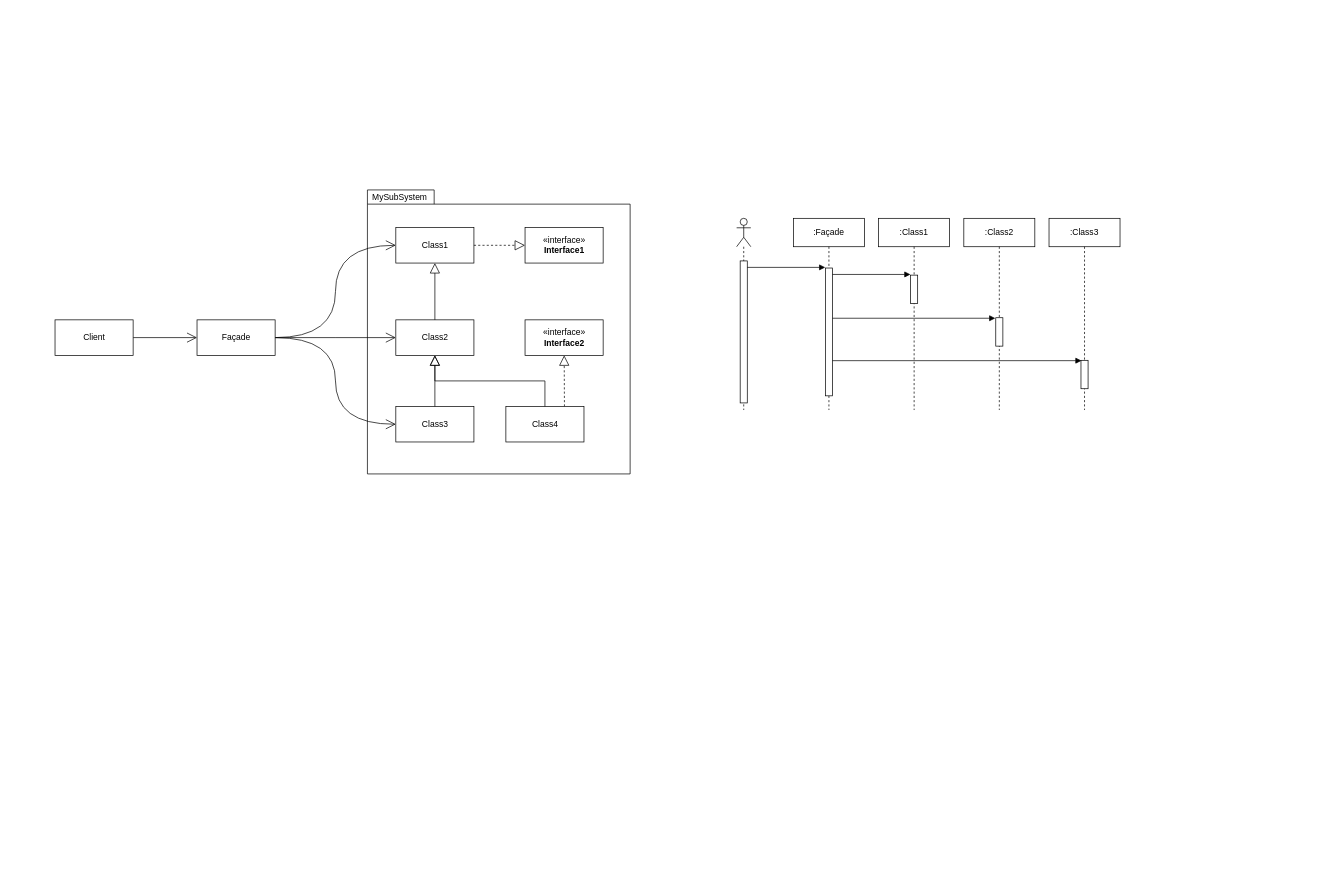
This is page "Façade" (4 of 4) of Diagrams/Decorator, Composite, Adapter, Facade.drawio from PacktPublishing/Architecting-ASP.NET-Core-Applications-3E, a draw.io file, before an edit. Source tidied: cells renumbered, new cells numbered last; positions are measured from the earlier drawing's top-left corner, leaving out a move shared by most shapes. Both pictures are drawn from the tidied source at 71%, with x=0, y=0 at pixel (55, 190).
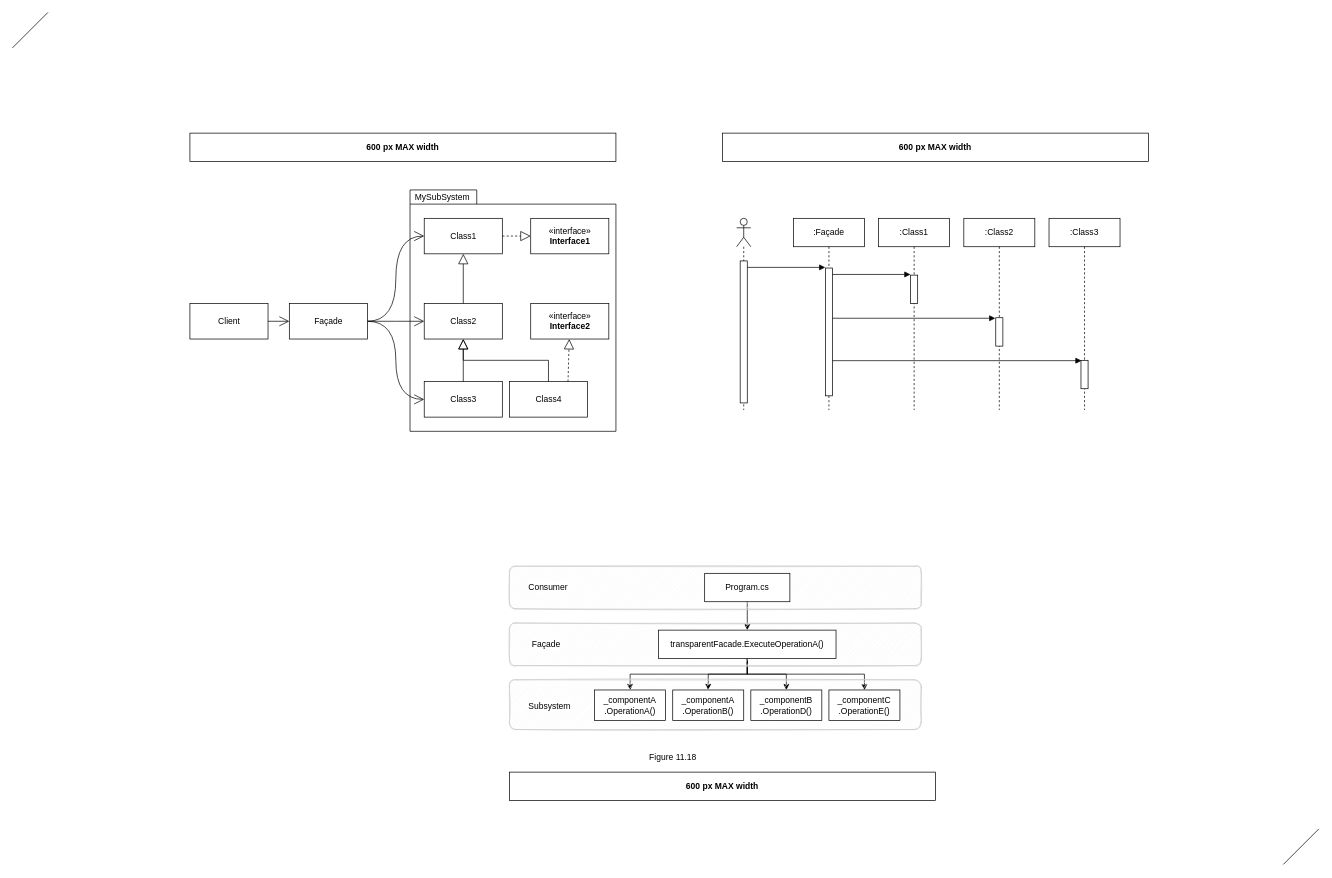
The same diagram, later.

Commit message (it also covers changes not shown here):
Rerender and update the Facade images

Change to the diagram source:
```diff
@@
-    <mxCell id="2" value="MySubSystem" style="shape=folder;xSize=90;align=left;spacingLeft=10;align=left;verticalAlign=top;spacingLeft=5;spacingTop=-4;tabWidth=94;tabHeight=20;tabPosition=left;html=1;strokeWidth=1;fillColor=#ffffff;" parent="1" vertex="1">
-      <mxGeometry x="440" width="370" height="400" as="geometry" />
+    <mxCell id="2" value="MySubSystem" style="shape=folder;xSize=90;align=left;spacingLeft=10;align=left;verticalAlign=top;spacingLeft=5;spacingTop=-4;tabWidth=94;tabHeight=20;tabPosition=left;html=1;strokeWidth=1;fillColor=default;" parent="1" vertex="1">
+      <mxGeometry x="500" width="290" height="340" as="geometry" />
     </mxCell>
-    <mxCell id="3" style="shape=umlLifeline;participant=umlActor;perimeter=lifelinePerimeter;whiteSpace=wrap;html=1;verticalAlign=top;spacingTop=36;labelBackgroundColor=#ffffff;fillColor=#ffffff;align=center;" parent="1" vertex="1">
+    <mxCell id="3" style="shape=umlLifeline;participant=umlActor;perimeter=lifelinePerimeter;whiteSpace=wrap;html=1;verticalAlign=top;spacingTop=36;labelBackgroundColor=none;fillColor=default;align=center;fontColor=default;strokeColor=default;" parent="1" vertex="1">
       <mxGeometry x="960" y="40" width="20" height="270" as="geometry" />
     </mxCell>
@@
-    <mxCell id="5" value=":Façade" style="shape=umlLifeline;perimeter=lifelinePerimeter;whiteSpace=wrap;html=1;fillColor=#ffffff;align=center;" parent="1" vertex="1">
+    <mxCell id="5" value=":Façade" style="shape=umlLifeline;perimeter=lifelinePerimeter;whiteSpace=wrap;html=1;fillColor=default;align=center;labelBackgroundColor=none;fontColor=default;strokeColor=default;" parent="1" vertex="1">
       <mxGeometry x="1040" y="40" width="100" height="270" as="geometry" />
     </mxCell>
@@
-    <mxCell id="7" value=":Class1" style="shape=umlLifeline;perimeter=lifelinePerimeter;whiteSpace=wrap;html=1;fillColor=#ffffff;align=center;" parent="1" vertex="1">
+    <mxCell id="7" value=":Class1" style="shape=umlLifeline;perimeter=lifelinePerimeter;whiteSpace=wrap;html=1;fillColor=default;align=center;labelBackgroundColor=none;fontColor=default;strokeColor=default;" parent="1" vertex="1">
       <mxGeometry x="1160" y="40" width="100" height="270" as="geometry" />
     </mxCell>
@@
-    <mxCell id="9" value=":Class2" style="shape=umlLifeline;perimeter=lifelinePerimeter;whiteSpace=wrap;html=1;fillColor=#ffffff;align=center;" parent="1" vertex="1">
+    <mxCell id="9" value=":Class2" style="shape=umlLifeline;perimeter=lifelinePerimeter;whiteSpace=wrap;html=1;fillColor=default;align=center;labelBackgroundColor=none;fontColor=default;strokeColor=default;" parent="1" vertex="1">
       <mxGeometry x="1280" y="40" width="100" height="270" as="geometry" />
     </mxCell>
@@
-    <mxCell id="11" value=":Class3" style="shape=umlLifeline;perimeter=lifelinePerimeter;whiteSpace=wrap;html=1;fillColor=#ffffff;align=center;" parent="1" vertex="1">
+    <mxCell id="11" value=":Class3" style="shape=umlLifeline;perimeter=lifelinePerimeter;whiteSpace=wrap;html=1;fillColor=default;align=center;labelBackgroundColor=none;fontColor=default;strokeColor=default;" parent="1" vertex="1">
       <mxGeometry x="1400" y="40" width="100" height="270" as="geometry" />
     </mxCell>
@@
+    <mxCell id="35" value="600 px MAX width" style="rounded=0;whiteSpace=wrap;html=1;sketch=0;fontSize=12;align=center;fontStyle=1;" parent="1" vertex="1">
+      <mxGeometry x="940" y="-80" width="600" height="40" as="geometry" />
+    </mxCell>
+    <mxCell id="36" value="600 px MAX width" style="rounded=0;whiteSpace=wrap;html=1;sketch=0;fontSize=12;align=center;fontStyle=1;" parent="1" vertex="1">
+      <mxGeometry x="190" y="-80" width="600" height="40" as="geometry" />
+    </mxCell>
+    <mxCell id="37" style="endArrow=none;html=1;fontColor=default;" parent="1" edge="1">
+      <mxGeometry relative="1" as="geometry">
+        <mxPoint x="-60" y="-200" as="sourcePoint" />
+        <mxPoint x="-10" y="-250" as="targetPoint" />
+      </mxGeometry>
+    </mxCell>
+    <mxCell id="38" style="endArrow=none;html=1;fontColor=default;" parent="1" edge="1">
+      <mxGeometry relative="1" as="geometry">
+        <mxPoint x="1730" y="950" as="sourcePoint" />
+        <mxPoint x="1780" y="900" as="targetPoint" />
+      </mxGeometry>
+    </mxCell>
+    <mxCell id="39" value="600 px MAX width" style="rounded=0;whiteSpace=wrap;html=1;sketch=0;fontSize=12;align=center;fontStyle=1;" parent="1" vertex="1">
+      <mxGeometry x="640" y="820" width="600" height="40" as="geometry" />
+    </mxCell>
+    <mxCell id="40" value="Figure 11.18" style="text;html=1;align=center;verticalAlign=middle;fontSize=12;" parent="1" vertex="1">
+      <mxGeometry x="825" y="785" width="90" height="30" as="geometry" />
+    </mxCell>
+    <mxCell id="41" style="edgeStyle=elbowEdgeStyle;rounded=0;jettySize=auto;elbow=vertical;html=1;fontSize=12;" parent="1" edge="1" source="47" target="50">
+      <mxGeometry relative="1" as="geometry" />
+    </mxCell>
+    <mxCell id="42" style="edgeStyle=elbowEdgeStyle;rounded=0;jettySize=auto;elbow=vertical;html=1;fontSize=12;" parent="1" edge="1" source="50" target="53">
+      <mxGeometry relative="1" as="geometry" />
+    </mxCell>
+    <mxCell id="43" style="edgeStyle=elbowEdgeStyle;rounded=0;jettySize=auto;elbow=vertical;html=1;fontSize=12;" parent="1" edge="1" source="50" target="54">
+      <mxGeometry relative="1" as="geometry" />
+    </mxCell>
+    <mxCell id="44" style="edgeStyle=elbowEdgeStyle;rounded=0;jettySize=auto;elbow=vertical;html=1;fontSize=12;" parent="1" edge="1" source="50" target="55">
+      <mxGeometry relative="1" as="geometry" />
+    </mxCell>
+    <mxCell id="45" style="edgeStyle=elbowEdgeStyle;rounded=0;jettySize=auto;elbow=vertical;html=1;fontSize=12;" parent="1" edge="1" source="50" target="56">
+      <mxGeometry relative="1" as="geometry" />
+    </mxCell>
+    <mxCell id="46" style="rounded=1;whiteSpace=wrap;html=1;sketch=1;fontSize=12;align=center;strokeColor=#CCCCCC;fillColor=#F5F5F5;fillStyle=hachure;" parent="1" vertex="1">
+      <mxGeometry x="640" y="530" width="580" height="60" as="geometry" />
+    </mxCell>
+    <mxCell id="47" value="Program.cs" style="whiteSpace=wrap;html=1;sketch=0;fillColor=default;fontSize=12;align=center;" parent="1" vertex="1">
+      <mxGeometry x="915" y="540" width="120" height="40" as="geometry" />
+    </mxCell>
+    <mxCell id="48" value="&lt;span&gt;Consumer&lt;/span&gt;" style="text;html=1;align=left;verticalAlign=middle;fontSize=12;sketch=0;fontColor=default;labelBackgroundColor=default;" parent="1" vertex="1">
+      <mxGeometry x="665" y="550" width="70" height="20" as="geometry" />
+    </mxCell>
+    <mxCell id="49" style="rounded=1;whiteSpace=wrap;html=1;sketch=1;fontSize=12;align=center;strokeColor=#CCCCCC;fillColor=#F5F5F5;fillStyle=hachure;" parent="1" vertex="1">
+      <mxGeometry x="640" y="610" width="580" height="60" as="geometry" />
+    </mxCell>
+    <mxCell id="50" value="transparentFacade.ExecuteOperationA()" style="whiteSpace=wrap;html=1;sketch=0;fillColor=default;fontSize=12;align=center;" parent="1" vertex="1">
+      <mxGeometry x="850" y="620" width="250" height="40" as="geometry" />
+    </mxCell>
+    <mxCell id="51" value="Façade" style="text;html=1;align=left;verticalAlign=middle;fontSize=12;fontColor=default;labelBackgroundColor=default;" parent="1" vertex="1">
+      <mxGeometry x="670" y="630" width="60" height="20" as="geometry" />
+    </mxCell>
+    <mxCell id="52" style="rounded=1;whiteSpace=wrap;html=1;sketch=1;fontSize=12;align=center;strokeColor=#CCCCCC;fillStyle=hachure;fillColor=#F5F5F5;" parent="1" vertex="1">
+      <mxGeometry x="640" y="690" width="580" height="70" as="geometry" />
+    </mxCell>
+    <mxCell id="53" value="&lt;div&gt;_componentA&lt;/div&gt;&lt;div&gt;&lt;span&gt;&#9;&#9;&lt;/span&gt;.OperationA()&lt;/div&gt;" style="rounded=0;whiteSpace=wrap;html=1;sketch=0;fillColor=default;fontSize=12;align=center;" parent="1" vertex="1">
+      <mxGeometry x="760" y="704.3" width="100" height="42.9" as="geometry" />
+    </mxCell>
+    <mxCell id="54" value="&lt;div&gt;_componentA&lt;/div&gt;&lt;div&gt;&lt;span&gt;&#9;&#9;&lt;/span&gt;.OperationB()&lt;/div&gt;" style="rounded=0;whiteSpace=wrap;html=1;sketch=0;fillColor=default;fontSize=12;align=center;" parent="1" vertex="1">
+      <mxGeometry x="870" y="704.3" width="100" height="42.9" as="geometry" />
+    </mxCell>
+    <mxCell id="55" value="&lt;div&gt;_componentB&lt;/div&gt;&lt;div&gt;&lt;span&gt;&#9;&#9;&lt;/span&gt;.OperationD()&lt;/div&gt;" style="rounded=0;whiteSpace=wrap;html=1;sketch=0;fillColor=default;fontSize=12;align=center;" parent="1" vertex="1">
+      <mxGeometry x="980" y="704.3" width="100" height="42.9" as="geometry" />
+    </mxCell>
+    <mxCell id="56" value="&lt;div&gt;_componentC&lt;/div&gt;&lt;div&gt;&lt;span&gt;&#9;&#9;&lt;/span&gt;.OperationE()&lt;/div&gt;" style="rounded=0;whiteSpace=wrap;html=1;sketch=0;fillColor=default;fontSize=12;align=center;" parent="1" vertex="1">
+      <mxGeometry x="1090" y="704.3" width="100" height="42.9" as="geometry" />
+    </mxCell>
+    <mxCell id="57" value="Subsystem" style="text;html=1;align=left;verticalAlign=middle;fontSize=12;fontColor=default;labelBackgroundColor=default;" parent="1" vertex="1">
+      <mxGeometry x="665" y="717.1" width="70" height="20" as="geometry" />
+    </mxCell>
@@
-    <mxCell id="18" value="Class1" style="html=1;fillColor=#ffffff;align=center;" parent="17" vertex="1">
-      <mxGeometry x="480" y="53" width="110" height="50" as="geometry" />
+    <mxCell id="18" value="Class1" style="html=1;fillColor=default;align=center;strokeColor=default;fontColor=default;" parent="17" vertex="1">
+      <mxGeometry x="520" y="40" width="110" height="50" as="geometry" />
     </mxCell>
-    <mxCell id="19" value="Class2" style="html=1;fillColor=#ffffff;align=center;" parent="17" vertex="1">
-      <mxGeometry x="480" y="183" width="110" height="50" as="geometry" />
+    <mxCell id="19" value="Class2" style="html=1;fillColor=default;align=center;strokeColor=default;fontColor=default;" parent="17" vertex="1">
+      <mxGeometry x="520" y="160" width="110" height="50" as="geometry" />
     </mxCell>
-    <mxCell id="20" value="Class3" style="html=1;fillColor=#ffffff;align=center;" parent="17" vertex="1">
-      <mxGeometry x="480" y="305" width="110" height="50" as="geometry" />
+    <mxCell id="20" value="Class3" style="html=1;fillColor=default;align=center;strokeColor=default;fontColor=default;" parent="17" vertex="1">
+      <mxGeometry x="520" y="270" width="110" height="50" as="geometry" />
     </mxCell>
-    <mxCell id="21" value="«interface»&lt;br&gt;&lt;b&gt;Interface2&lt;/b&gt;" style="html=1;fillColor=#ffffff;align=center;" parent="17" vertex="1">
-      <mxGeometry x="662" y="183" width="110" height="50" as="geometry" />
+    <mxCell id="21" value="«interface»&lt;br&gt;&lt;b&gt;Interface2&lt;/b&gt;" style="html=1;fillColor=default;align=center;strokeColor=default;fontColor=default;" parent="17" vertex="1">
+      <mxGeometry x="670" y="160" width="110" height="50" as="geometry" />
     </mxCell>
@@
-    <mxCell id="26" value="Class4" style="html=1;fillColor=#ffffff;align=center;" parent="17" vertex="1">
-      <mxGeometry x="635" y="305" width="110" height="50" as="geometry" />
+    <mxCell id="26" value="Class4" style="html=1;fillColor=default;align=center;strokeColor=default;fontColor=default;" parent="17" vertex="1">
+      <mxGeometry x="640" y="270" width="110" height="50" as="geometry" />
     </mxCell>
@@
-    <mxCell id="28" value="«interface»&lt;br&gt;&lt;b&gt;Interface1&lt;/b&gt;" style="html=1;fillColor=#ffffff;align=center;" parent="17" vertex="1">
-      <mxGeometry x="662" y="53" width="110" height="50" as="geometry" />
+    <mxCell id="28" value="«interface»&lt;br&gt;&lt;b&gt;Interface1&lt;/b&gt;" style="html=1;fillColor=default;align=center;strokeColor=default;fontColor=default;" parent="17" vertex="1">
+      <mxGeometry x="670" y="40" width="110" height="50" as="geometry" />
     </mxCell>
@@
-    <mxCell id="30" value="Client" style="html=1;fillColor=#ffffff;align=center;" parent="17" vertex="1">
-      <mxGeometry y="183" width="110" height="50" as="geometry" />
+    <mxCell id="30" value="Client" style="html=1;fillColor=default;align=center;" parent="17" vertex="1">
+      <mxGeometry x="190" y="160" width="110" height="50" as="geometry" />
     </mxCell>
@@
-    <mxCell id="34" value="Façade" style="html=1;fillColor=#ffffff;align=center;" parent="17" vertex="1">
-      <mxGeometry x="200" y="183" width="110" height="50" as="geometry" />
+    <mxCell id="34" value="Façade" style="html=1;fillColor=default;align=center;" parent="17" vertex="1">
+      <mxGeometry x="330" y="160" width="110" height="50" as="geometry" />
     </mxCell>
```
